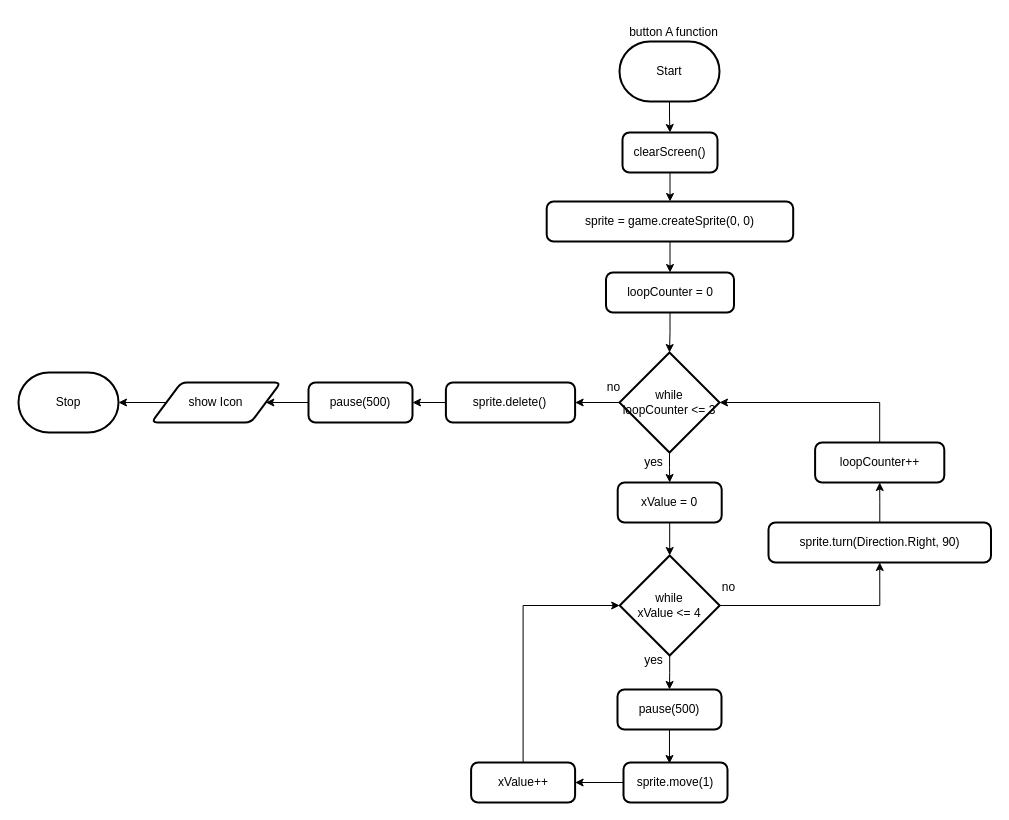
Before: design/flowchart.drawio in MTHS-TEJ2O-1-2023/TEJ2O-Unit-2-15-Liya-Getachew, a draw.io diagram. Source tidied: cells renumbered, new cells numbered last; positions are measured from the earlier drawing's top-left corner, leaving out a move shared by most shapes. Both pictures are drawn from the tidied source at 100%, with x=0, y=0 at pixel (18, 17).
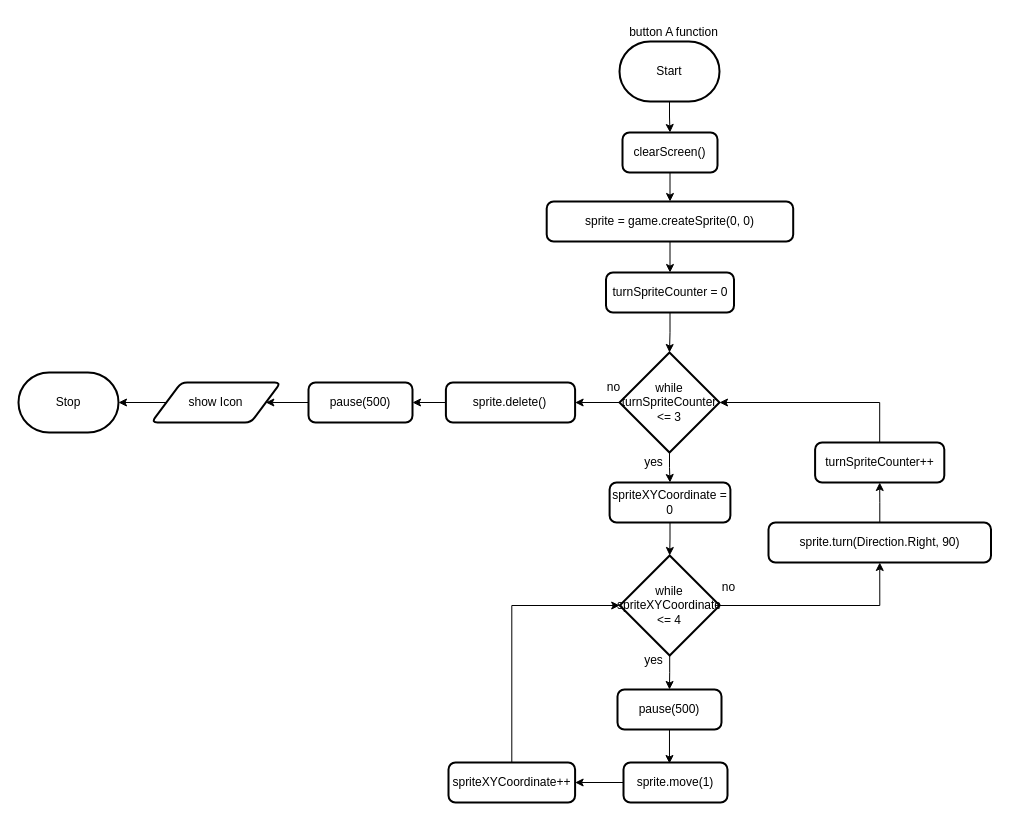
The same diagram, later.

The edit, as a diff of the source:
```diff
@@
-    <mxCell id="10" value="loopCounter = 0" style="rounded=1;whiteSpace=wrap;html=1;absoluteArcSize=1;arcSize=14;strokeWidth=2;" parent="1" vertex="1">
+    <mxCell id="10" value="turnSpriteCounter = 0" style="rounded=1;whiteSpace=wrap;html=1;absoluteArcSize=1;arcSize=14;strokeWidth=2;" parent="1" vertex="1">
       <mxGeometry x="587.5" y="255" width="128" height="40" as="geometry" />
     </mxCell>
@@
-    <mxCell id="13" value="while&lt;br&gt;loopCounter &amp;lt;= 3" style="strokeWidth=2;html=1;shape=mxgraph.flowchart.decision;whiteSpace=wrap;" parent="1" vertex="1">
+    <mxCell id="13" value="while&lt;br&gt;turnSpriteCounter&lt;br&gt;&amp;lt;= 3" style="strokeWidth=2;html=1;shape=mxgraph.flowchart.decision;whiteSpace=wrap;" parent="1" vertex="1">
       <mxGeometry x="601" y="335" width="100" height="100" as="geometry" />
     </mxCell>
@@
-    <mxCell id="15" value="xValue = 0" style="rounded=1;whiteSpace=wrap;html=1;absoluteArcSize=1;arcSize=14;strokeWidth=2;" parent="1" vertex="1">
-      <mxGeometry x="599.2" y="465" width="104" height="40" as="geometry" />
+    <mxCell id="15" value="spriteXYCoordinate = 0" style="rounded=1;whiteSpace=wrap;html=1;absoluteArcSize=1;arcSize=14;strokeWidth=2;" parent="1" vertex="1">
+      <mxGeometry x="591.1" y="465" width="120.8" height="40" as="geometry" />
     </mxCell>
@@
-    <mxCell id="18" value="while&lt;br&gt;xValue &amp;lt;= 4" style="strokeWidth=2;html=1;shape=mxgraph.flowchart.decision;whiteSpace=wrap;" parent="1" vertex="1">
+    <mxCell id="18" value="while&lt;br&gt;spriteXYCoordinate &amp;lt;= 4" style="strokeWidth=2;html=1;shape=mxgraph.flowchart.decision;whiteSpace=wrap;" parent="1" vertex="1">
       <mxGeometry x="601.2" y="538" width="100" height="100" as="geometry" />
     </mxCell>
@@
     <mxCell id="23" style="edgeStyle=orthogonalEdgeStyle;rounded=0;html=1;entryX=0;entryY=0.5;entryDx=0;entryDy=0;entryPerimeter=0;" parent="1" edge="1" source="24" target="18">
       <mxGeometry relative="1" as="geometry">
         <Array as="points">
-          <mxPoint x="505" y="588" />
+          <mxPoint x="493" y="588" />
         </Array>
       </mxGeometry>
     </mxCell>
-    <mxCell id="24" value="xValue++" style="rounded=1;whiteSpace=wrap;html=1;absoluteArcSize=1;arcSize=14;strokeWidth=2;" parent="1" vertex="1">
-      <mxGeometry x="452.6" y="745" width="104" height="40" as="geometry" />
+    <mxCell id="24" value="spriteXYCoordinate++" style="rounded=1;whiteSpace=wrap;html=1;absoluteArcSize=1;arcSize=14;strokeWidth=2;" parent="1" vertex="1">
+      <mxGeometry x="430" y="745" width="126.6" height="40" as="geometry" />
     </mxCell>
@@
-    <mxCell id="28" value="loopCounter++" style="rounded=1;whiteSpace=wrap;html=1;absoluteArcSize=1;arcSize=14;strokeWidth=2;" parent="1" vertex="1">
+    <mxCell id="28" value="turnSpriteCounter++" style="rounded=1;whiteSpace=wrap;html=1;absoluteArcSize=1;arcSize=14;strokeWidth=2;" parent="1" vertex="1">
       <mxGeometry x="796.6" y="425" width="129.2" height="40" as="geometry" />
     </mxCell>
```
